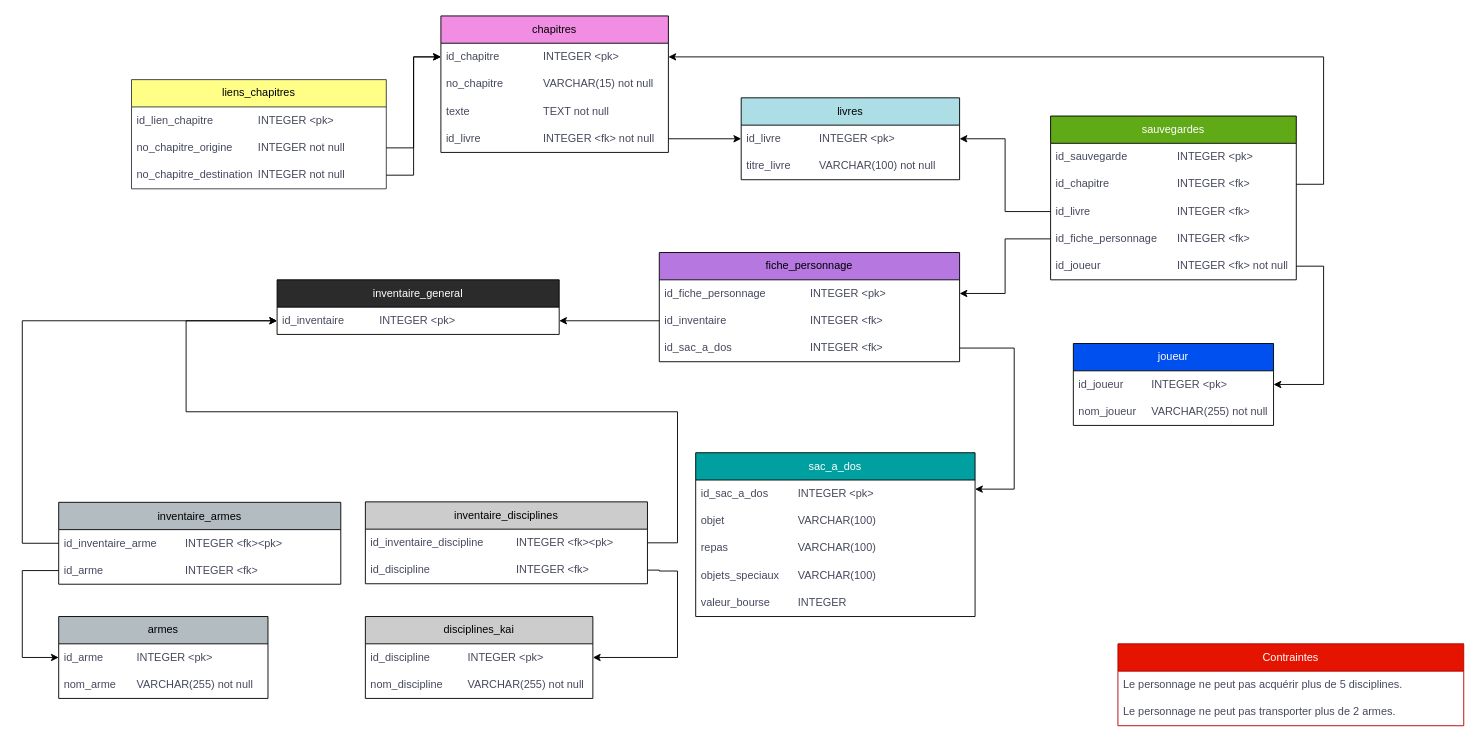
Above: HeonMarilou-DiagrammeUML.drawio in marilouh315/TP_sommatif_BD2 (draw.io), before the change. Source tidied: cells renumbered, new cells numbered last; positions are measured from the earlier drawing's top-left corner, leaving out a move shared by most shapes. Both pictures are drawn from the tidied source at 91%, with x=0, y=0 at pixel (22, 15).
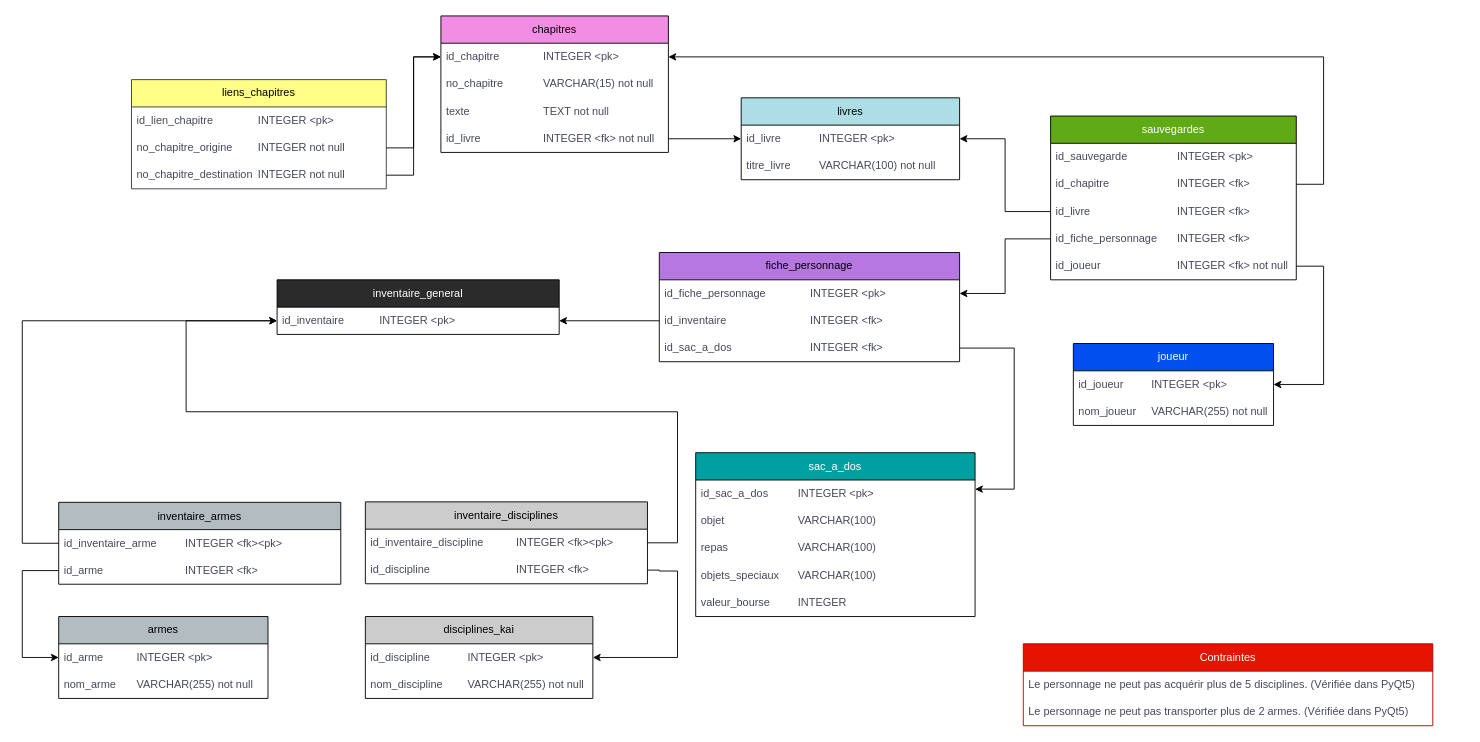
Above is the later version.

The edit, as a diff of the source:
```diff
@@
     <mxCell id="39" value="Contraintes" style="swimlane;fontStyle=0;horizontal=1;startSize=30;whiteSpace=wrap;html=1;labelBackgroundColor=none;fillColor=#e51400;strokeColor=#B20000;fontColor=#ffffff;" parent="1" vertex="1">
-      <mxGeometry x="1204" y="690" width="380" height="90" as="geometry" />
+      <mxGeometry x="1100" y="690" width="450" height="90" as="geometry" />
     </mxCell>
-    <mxCell id="40" value="Le personnage ne peut pas acquérir plus de 5 disciplines.&amp;nbsp;" style="text;strokeColor=none;fillColor=none;align=left;verticalAlign=middle;spacingLeft=4;spacingRight=4;overflow=hidden;whiteSpace=wrap;html=1;labelBackgroundColor=none;fontColor=#46495D;" parent="39" vertex="1">
-      <mxGeometry y="30" width="380" height="30" as="geometry" />
+    <mxCell id="40" value="Le personnage ne peut pas acquérir plus de 5 disciplines. (Vérifiée dans PyQt5)&amp;nbsp;" style="text;strokeColor=none;fillColor=none;align=left;verticalAlign=middle;spacingLeft=4;spacingRight=4;overflow=hidden;whiteSpace=wrap;html=1;labelBackgroundColor=none;fontColor=#46495D;" parent="39" vertex="1">
+      <mxGeometry y="30" width="450" height="30" as="geometry" />
     </mxCell>
-    <mxCell id="41" value="Le personnage ne peut pas transporter plus de 2 armes." style="text;strokeColor=none;fillColor=none;align=left;verticalAlign=middle;spacingLeft=4;spacingRight=4;overflow=hidden;whiteSpace=wrap;html=1;labelBackgroundColor=none;fontColor=#46495D;" parent="39" vertex="1">
-      <mxGeometry y="60" width="380" height="30" as="geometry" />
+    <mxCell id="41" value="Le personnage ne peut pas transporter plus de 2 armes. (Vérifiée dans PyQt5)&amp;nbsp;" style="text;strokeColor=none;fillColor=none;align=left;verticalAlign=middle;spacingLeft=4;spacingRight=4;overflow=hidden;whiteSpace=wrap;html=1;labelBackgroundColor=none;fontColor=#46495D;" parent="39" vertex="1">
+      <mxGeometry y="60" width="450" height="30" as="geometry" />
     </mxCell>
```
